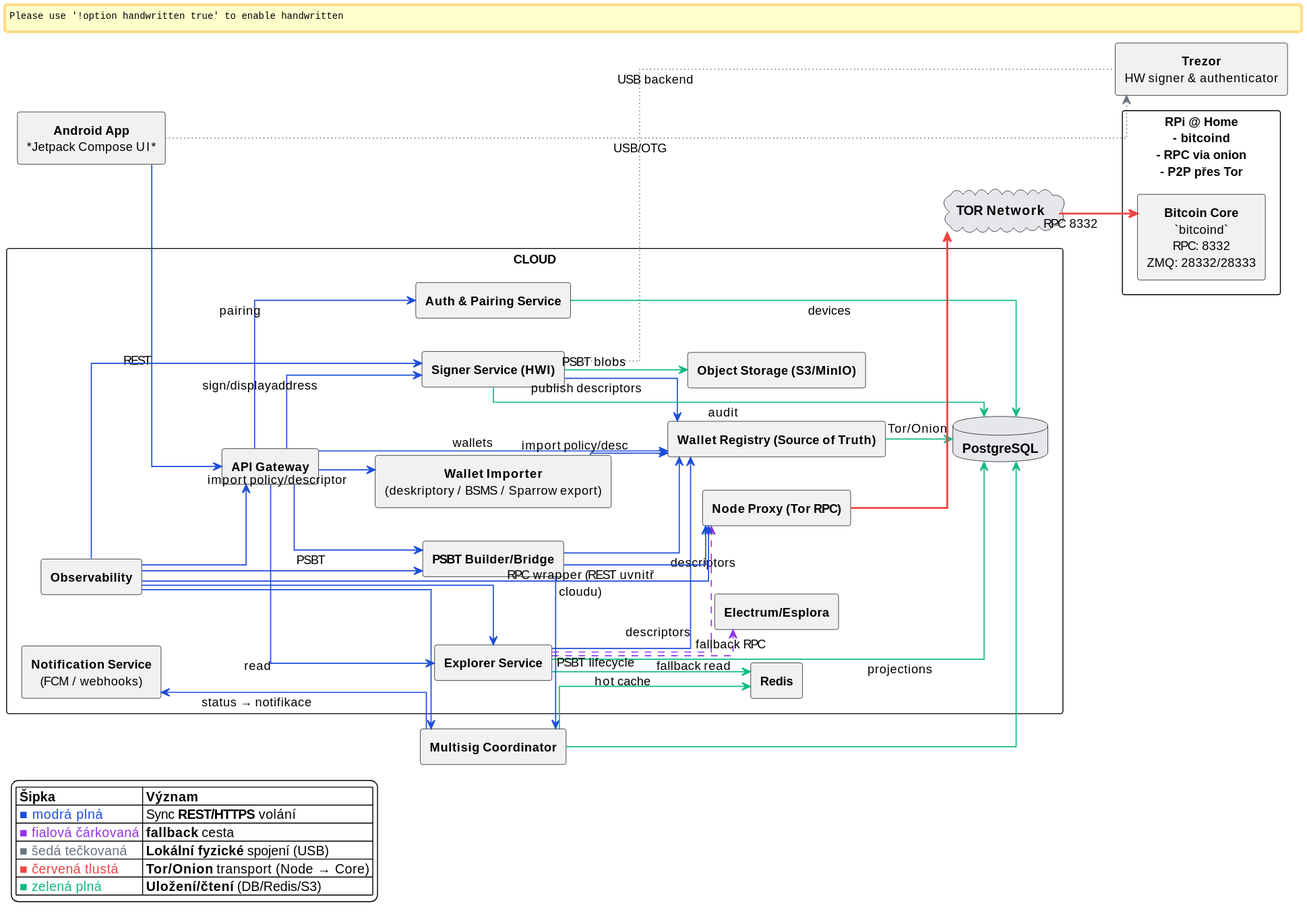
The PlantUML diagram DOCS/diagrams/architecture/architecture-overview.svg in Majny/bitcoin-multisig-wallet, before a commit.
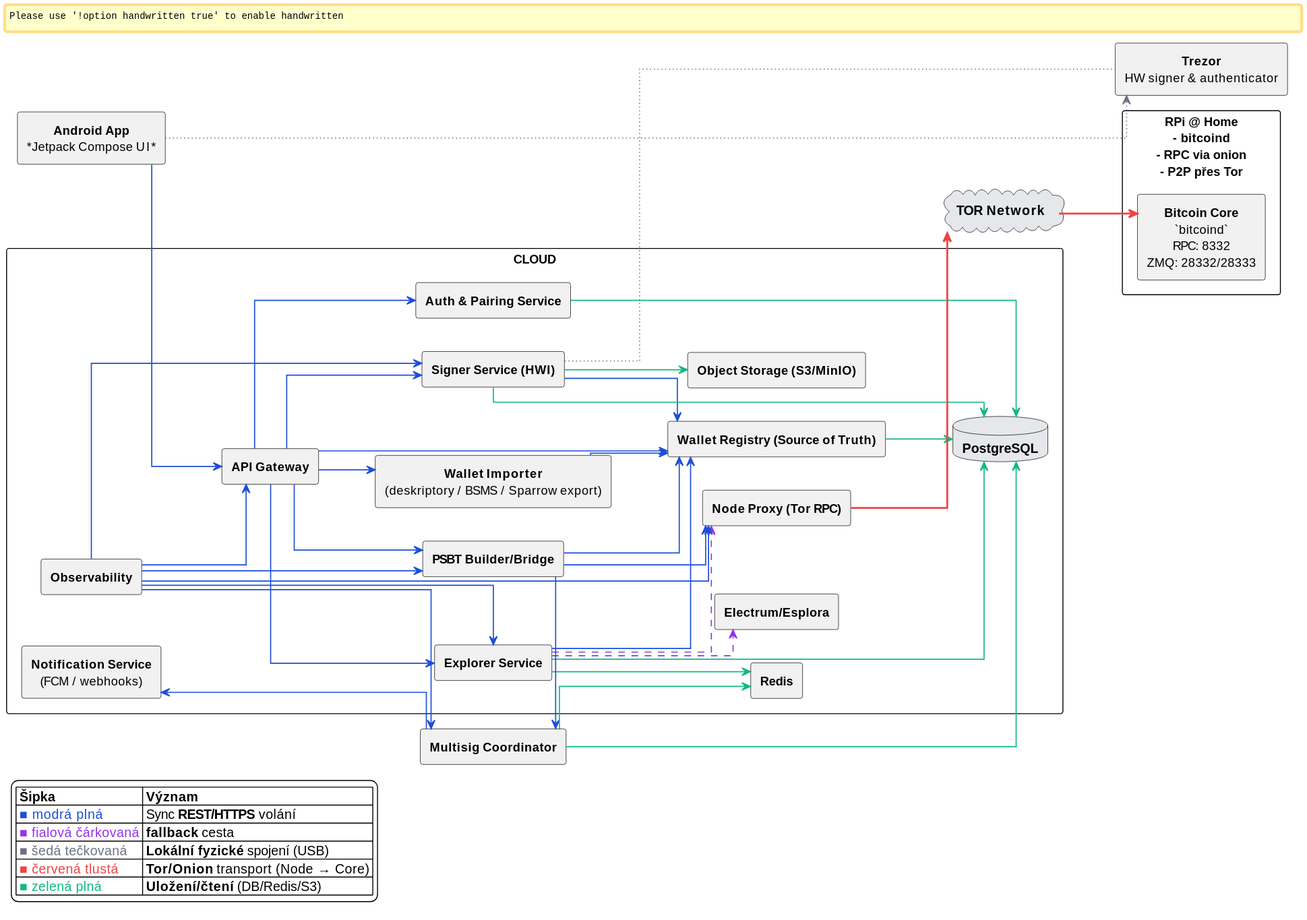
After the commit.

Commit message:
better visibility

The edit, as a diff of the source:
```diff
@@ -53,42 +53,41 @@
 
 rectangle "**Multisig Coordinator**" as MsCoordinator
 
-AndroidApp -down[#1D4ED8]-> ApiGw : REST
-AndroidApp ..[#6B7280,dotted]-> Trezor : USB/OTG
-Signer ..[#6B7280,dotted].. Trezor : USB backend
+AndroidApp -down[#1D4ED8]-> ApiGw
+AndroidApp ..[#6B7280,dotted]-> Trezor
+Signer ..[#6B7280,dotted].. Trezor
 
-ApiGw -[#1D4ED8]-> AuthSvc : pairing
-AuthSvc -[#10B981]-> PG : devices
+ApiGw -[#1D4ED8]-> AuthSvc
+AuthSvc -[#10B981]-> PG
 
-ApiGw -[#1D4ED8]-> WalletReg : wallets
+ApiGw -[#1D4ED8]-> WalletReg
 WalletReg -[#10B981]-> PG
-WalletImporter -[#1D4ED8]-> WalletReg : import policy/desc
+WalletImporter -[#1D4ED8]-> WalletReg
 
-ApiGw -[#1D4ED8]-> Explorer : read
-Explorer -[#1D4ED8]-> WalletReg : descriptors
-Explorer -[#9333EA,dashed]-> Electrum : fallback read
-Explorer -[#9333EA,dashed]-> NodeProxy : fallback RPC
-Explorer -[#10B981]-> Redis : hot cache
-Explorer -[#10B981]-> PG   : projections
+ApiGw -[#1D4ED8]-> Explorer
+Explorer -[#1D4ED8]-> WalletReg
+Explorer -[#9333EA,dashed]-> Electrum
+Explorer -[#9333EA,dashed]-> NodeProxy
+Explorer -[#10B981]-> Redis
+Explorer -[#10B981]-> PG
 
-ApiGw -[#1D4ED8]-> Bridge : PSBT
-Bridge -[#1D4ED8]-> WalletReg : descriptors
-Bridge -[#1D4ED8]-> NodeProxy : RPC wrapper (REST uvnitř cloudu)
-ApiGw -[#1D4ED8]-> WalletImporter : import policy/descriptor
+ApiGw -[#1D4ED8]-> Bridge
+Bridge -[#1D4ED8]-> WalletReg
+Bridge -[#1D4ED8]-> NodeProxy
+ApiGw -[#1D4ED8]-> WalletImporter
 
-
-Bridge -[#1D4ED8]-> MsCoordinator : PSBT lifecycle
+Bridge -[#1D4ED8]-> MsCoordinator
 MsCoordinator -[#10B981]-> PG
 MsCoordinator -[#10B981]-> Redis
-MsCoordinator -[#1D4ED8]-> Notify : status → notifikace
+MsCoordinator -[#1D4ED8]-> Notify
 
-ApiGw -[#1D4ED8]-> Signer : sign/displayaddress
-Signer -[#1D4ED8]-> WalletReg : publish descriptors
-Signer -[#10B981]-> PG : audit
-Signer -[#10B981]-> S3 : PSBT blobs
+ApiGw -[#1D4ED8]-> Signer
+Signer -[#1D4ED8]-> WalletReg
+Signer -[#10B981]-> PG
+Signer -[#10B981]-> S3
 
-NodeProxy -down[#EF4444,thickness=2]-> TorNet : Tor/Onion
-TorNet -down[#EF4444,thickness=2]-> Bitcoind : RPC 8332
+NodeProxy -down[#EF4444,thickness=2]-> TorNet
+TorNet -down[#EF4444,thickness=2]-> Bitcoind
 
 Obs -[#1D4ED8]-> ApiGw
 Obs -[#1D4ED8]-> Explorer
@@ -96,8 +95,6 @@
 Obs -[#1D4ED8]-> MsCoordinator
 Obs -[#1D4ED8]-> Signer
 Obs -[#1D4ED8]-> NodeProxy
-
-
 
 legend left
 |= Šipka |= Význam |
```
